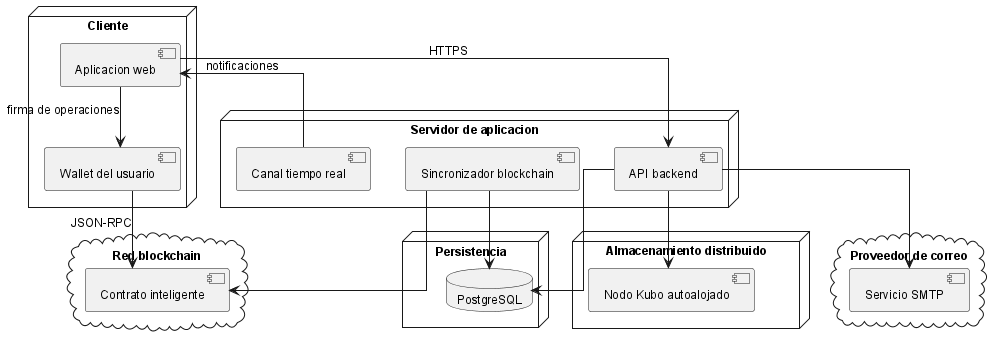
Before: anexos/diagramas/deployment.png, a diagram exported from PlantUML (ErDeivih/DocumentChain).
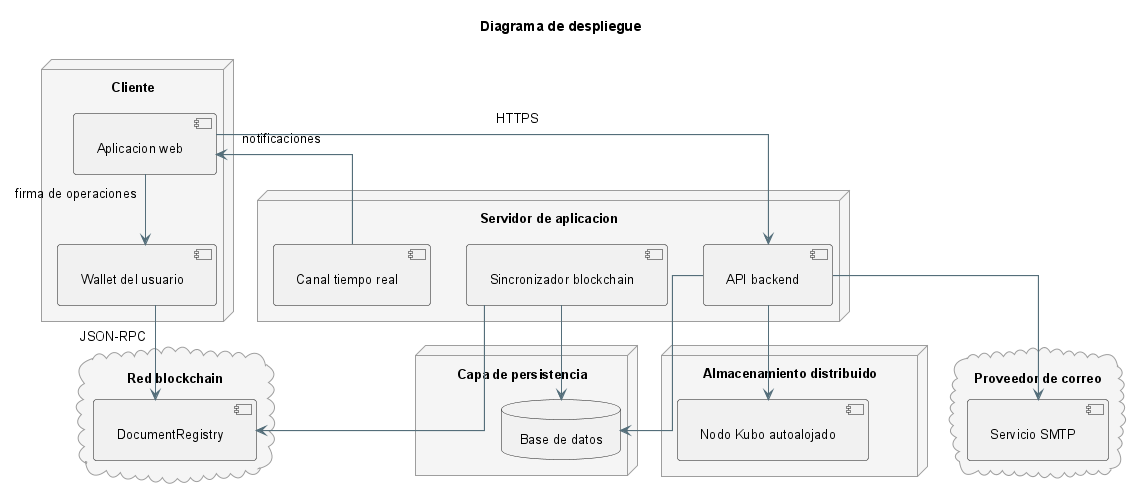
Later version of the same file.

What changed in the source:
```diff
@@ -1,5 +1,7 @@
 @startuml
 !include _structure-style.puml
+title Diagrama de despliegue
+
 node "Cliente" as cliente {
     component "Aplicacion web" as frontend
     component "Wallet del usuario" as wallet
@@ -11,8 +13,8 @@
     component "Canal tiempo real" as ws
 }
 
-node "Persistencia" as db_node {
-    database "PostgreSQL" as postgres
+node "Capa de persistencia" as db_node {
+    database "Base de datos" as db
 }
 
 node "Almacenamiento distribuido" as ipfs_node {
@@ -20,7 +22,7 @@
 }
 
 cloud "Red blockchain" as ethereum {
-    component "Contrato inteligente" as contract
+    component "DocumentRegistry" as contract
 }
 
 cloud "Proveedor de correo" as email_cloud {
@@ -30,11 +32,11 @@
 frontend --> backend : HTTPS
 frontend --> wallet : firma de operaciones
 wallet --> contract : JSON-RPC
-backend --> postgres
+backend --> db
 backend --> ipfs
 backend --> email
 listeners --> contract
-listeners --> postgres
+listeners --> db
 ws --> frontend : notificaciones
 
 @enduml
```
